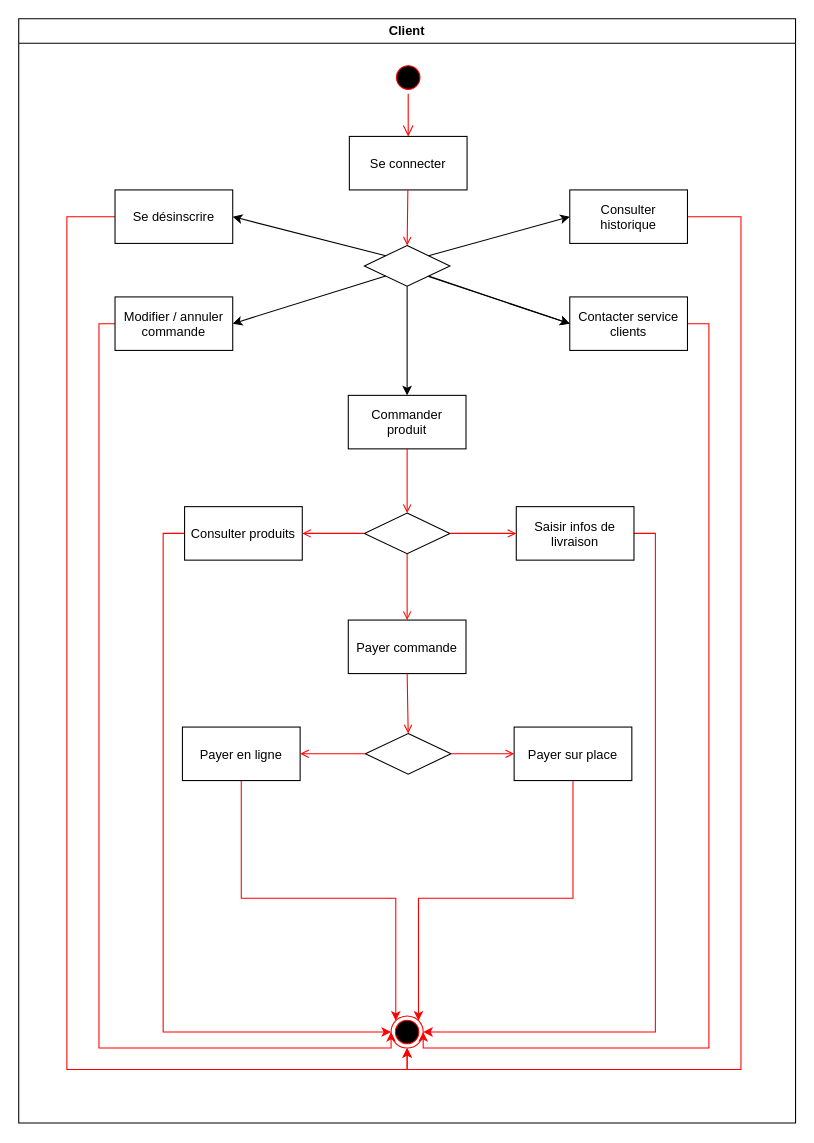
Above: Activity client.drawio in othman3492/p4uml (draw.io), before the change. Source tidied: cells renumbered, new cells numbered last; positions are measured from the earlier drawing's top-left corner, leaving out a move shared by most shapes. Both pictures are drawn from the tidied source at 107%, with x=0, y=0 at pixel (18, 18).
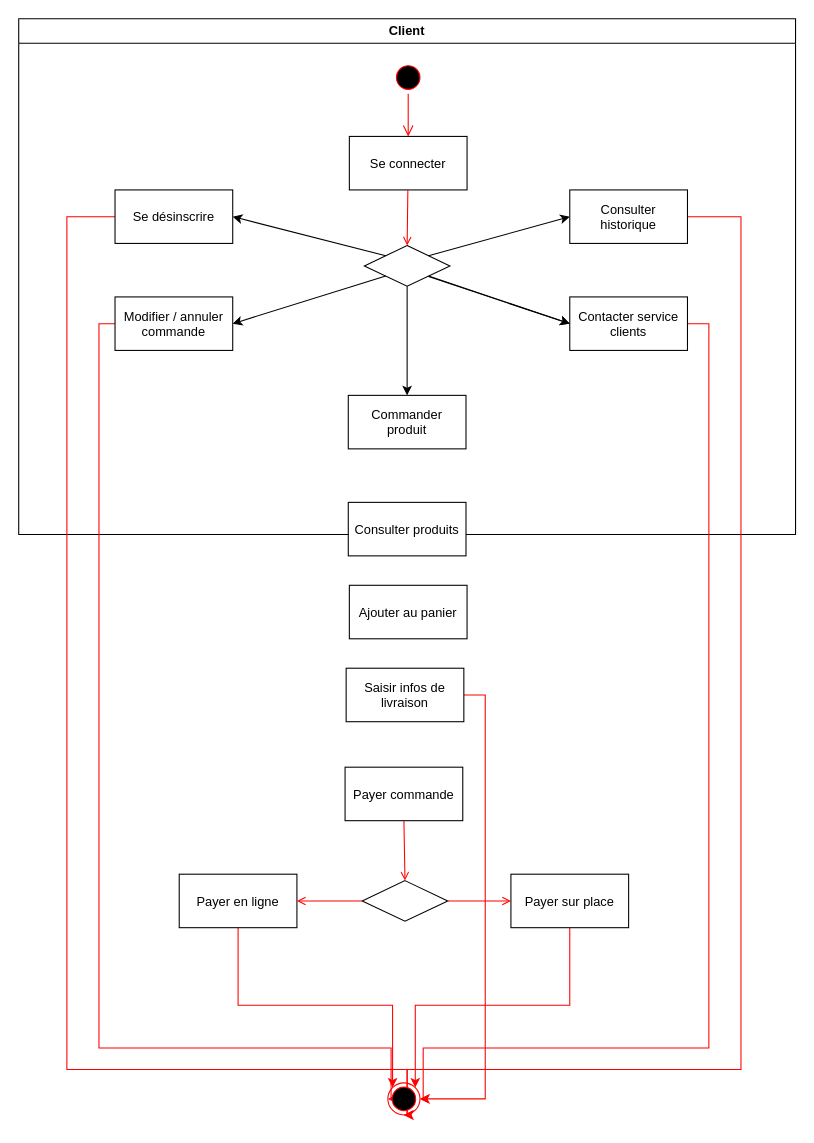
The same page after the edit.

The change refers to these unchanged cells:
```xml
<mxCell id="21" value="Commander&#10;produit" parent="2" vertex="1">
  <mxGeometry x="308" y="352" width="110" height="50" as="geometry" />
</mxCell>
```

The edit, as a diff of the source:
```diff
@@
     <mxCell id="2" value="Client" style="swimlane;whiteSpace=wrap;startSize=23;" parent="1" vertex="1">
-      <mxGeometry width="726" height="1032" as="geometry" />
+      <mxGeometry width="726" height="482" as="geometry" />
     </mxCell>
@@
     <mxCell id="16" style="ellipse;html=1;shape=endState;fillColor=#000000;strokeColor=#ff0000;" parent="2" vertex="1">
-      <mxGeometry x="348" y="932" width="30" height="30" as="geometry" />
+      <mxGeometry x="345" y="994.5" width="30" height="30" as="geometry" />
     </mxCell>
@@
-    <mxCell id="23" style="rhombus;whiteSpace=wrap;html=1;" parent="2" vertex="1">
-      <mxGeometry x="323" y="462" width="80" height="38" as="geometry" />
-    </mxCell>
-    <mxCell id="24" style="rhombus;whiteSpace=wrap;html=1;" parent="2" vertex="1">
-      <mxGeometry x="163" y="462" width="80" height="38" as="geometry" />
-    </mxCell>
-    <mxCell id="25" style="endArrow=open;strokeColor=#FF0000;endFill=1;rounded=0;exitX=0.5;exitY=1;exitDx=0;exitDy=0;entryX=0.5;entryY=0;entryDx=0;entryDy=0;" parent="2" edge="1" source="21" target="23">
-      <mxGeometry relative="1" as="geometry" />
-    </mxCell>
-    <mxCell id="26" style="edgeStyle=orthogonalEdgeStyle;rounded=0;jettySize=auto;html=1;exitX=0;exitY=0.5;exitDx=0;exitDy=0;entryX=0;entryY=0.5;entryDx=0;entryDy=0;strokeColor=#FF0000;" parent="2" edge="1" source="27" target="16">
-      <mxGeometry relative="1" as="geometry" />
-    </mxCell>
     <mxCell id="27" value="Consulter produits" parent="2" vertex="1">
-      <mxGeometry x="155" y="456" width="110" height="50" as="geometry" />
+      <mxGeometry x="308" y="452" width="110" height="50" as="geometry" />
     </mxCell>
@@
     <mxCell id="29" value="Saisir infos de&#10;livraison" parent="2" vertex="1">
-      <mxGeometry x="465" y="456" width="110" height="50" as="geometry" />
+      <mxGeometry x="306" y="607" width="110" height="50" as="geometry" />
     </mxCell>
-    <mxCell id="30" style="endArrow=open;strokeColor=#FF0000;endFill=1;rounded=0;exitX=0;exitY=0.5;exitDx=0;exitDy=0;entryX=1;entryY=0.5;entryDx=0;entryDy=0;" parent="2" edge="1" source="23" target="27">
-      <mxGeometry relative="1" as="geometry" />
-    </mxCell>
-    <mxCell id="31" style="endArrow=open;strokeColor=#FF0000;endFill=1;rounded=0;exitX=1;exitY=0.5;exitDx=0;exitDy=0;entryX=0;entryY=0.5;entryDx=0;entryDy=0;" parent="2" edge="1" source="23" target="29">
-      <mxGeometry relative="1" as="geometry" />
-    </mxCell>
-    <mxCell id="32" style="endArrow=open;strokeColor=#FF0000;endFill=1;rounded=0;exitX=0.5;exitY=1;exitDx=0;exitDy=0;entryX=0.5;entryY=0;entryDx=0;entryDy=0;" parent="2" edge="1" source="23" target="33">
-      <mxGeometry relative="1" as="geometry" />
-    </mxCell>
     <mxCell id="33" value="Payer commande" parent="2" vertex="1">
-      <mxGeometry x="308" y="562" width="110" height="50" as="geometry" />
+      <mxGeometry x="305" y="699.5" width="110" height="50" as="geometry" />
     </mxCell>
     <mxCell id="34" style="rhombus;whiteSpace=wrap;html=1;" parent="2" vertex="1">
-      <mxGeometry x="324" y="668" width="80" height="38" as="geometry" />
+      <mxGeometry x="321" y="805.5" width="80" height="38" as="geometry" />
     </mxCell>
+    <mxCell id="43" style="rhombus;whiteSpace=wrap;html=1;" parent="2" vertex="1">
+      <mxGeometry x="481" y="805.5" width="80" height="38" as="geometry" />
+    </mxCell>
@@
     <mxCell id="36" value="Payer en ligne" parent="2" vertex="1">
-      <mxGeometry x="153" y="662" width="110" height="50" as="geometry" />
+      <mxGeometry x="150" y="799.5" width="110" height="50" as="geometry" />
     </mxCell>
@@
     <mxCell id="38" value="Payer sur place" parent="2" vertex="1">
-      <mxGeometry x="463" y="662" width="110" height="50" as="geometry" />
+      <mxGeometry x="460" y="799.5" width="110" height="50" as="geometry" />
     </mxCell>
@@
+    <mxCell id="44" value="Ajouter au panier" parent="1" vertex="1">
+      <mxGeometry x="309" y="529.5" width="110" height="50" as="geometry" />
+    </mxCell>
```
